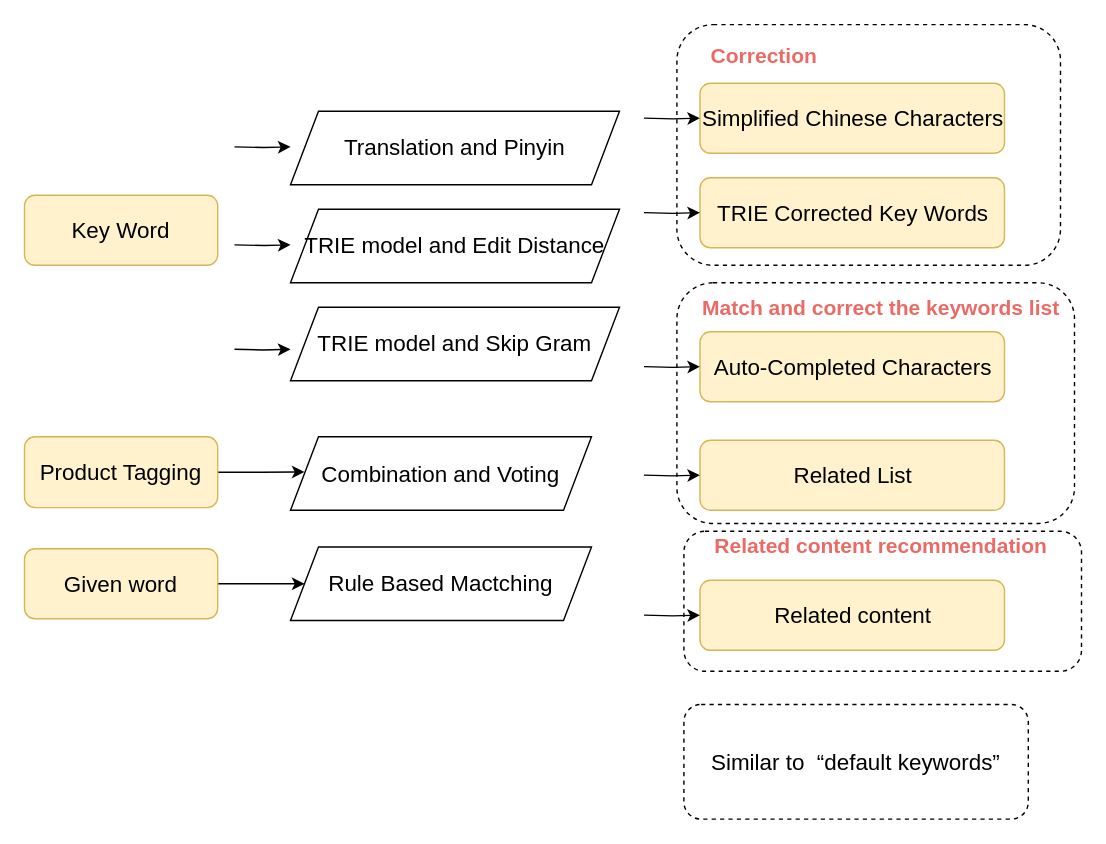
Above: During Search.drawio in LunaXiong/Sokoban1.1 (draw.io), before the change. Source tidied: cells renumbered, new cells numbered last; positions are measured from the earlier drawing's top-left corner, leaving out a move shared by most shapes. Both pictures are drawn from the tidied source at 140%, with x=0, y=0 at pixel (24, 24).
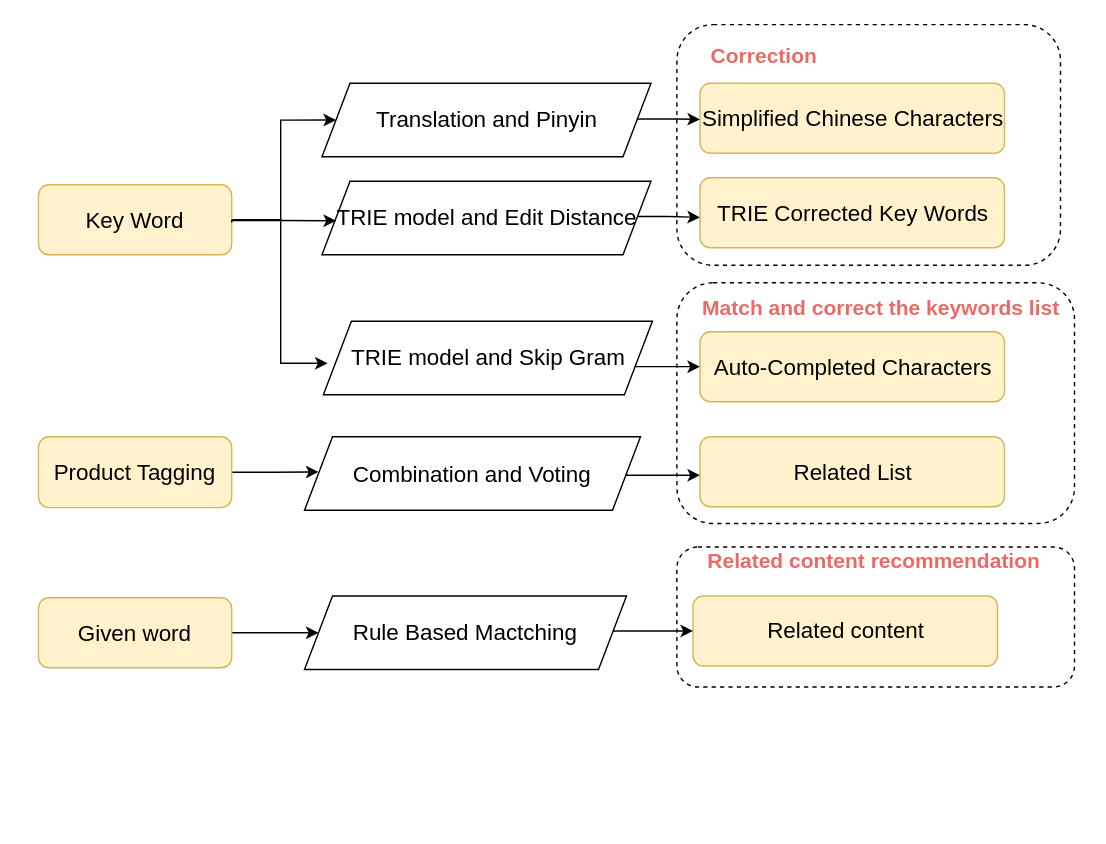
The same page after the edit.

What changed in the source:
```diff
@@
+    <mxCell id="31" style="rounded=1;whiteSpace=wrap;html=1;fillColor=none;dashed=1;" parent="1" vertex="1">
+      <mxGeometry x="466" y="373.2" width="284" height="100" as="geometry" />
+    </mxCell>
+    <mxCell id="30" style="rounded=1;whiteSpace=wrap;html=1;fillColor=none;dashed=1;" parent="1" vertex="1">
+      <mxGeometry x="466" y="184.5" width="284" height="171.9" as="geometry" />
+    </mxCell>
+    <mxCell id="32" style="edgeStyle=orthogonalEdgeStyle;rounded=0;jettySize=auto;html=1;exitX=1;exitY=0.5;exitDx=0;exitDy=0;entryX=0;entryY=0.5;entryDx=0;entryDy=0;" parent="1" edge="1" source="2" target="7">
+      <mxGeometry relative="1" as="geometry">
+        <Array as="points">
+          <mxPoint x="183" y="140" />
+          <mxPoint x="183" y="68" />
+        </Array>
+      </mxGeometry>
+    </mxCell>
     <mxCell id="2" value="&lt;p style=&quot;line-height: normal ; margin-top: 0pt ; margin-bottom: 0pt ; margin-left: 0in ; text-align: left ; direction: ltr ; unicode-bidi: embed ; word-break: normal&quot;&gt;&lt;span style=&quot;font-size: 12pt ; font-family: &amp;#34;calibri&amp;#34;&quot;&gt;Key Word&lt;/span&gt;&lt;/p&gt;" style="rounded=1;whiteSpace=wrap;html=1;fontSize=12;glass=0;strokeWidth=1;shadow=0;fillColor=#fff2cc;strokeColor=#d6b656;" parent="1" vertex="1">
-      <mxGeometry y="122" width="138" height="50" as="geometry" />
+      <mxGeometry x="10" y="114.5" width="138" height="50" as="geometry" />
     </mxCell>
@@
     <mxCell id="4" value="&lt;span style=&quot;font-size: 12pt ; font-family: &amp;#34;calibri&amp;#34;&quot;&gt;Combination and Voting&lt;/span&gt;" style="shape=parallelogram;perimeter=parallelogramPerimeter;whiteSpace=wrap;html=1;fixedSize=1;fontColor=#000000;" parent="1" vertex="1">
-      <mxGeometry x="190" y="294.5" width="215" height="52.5" as="geometry" />
+      <mxGeometry x="200" y="294.5" width="240" height="52.5" as="geometry" />
     </mxCell>
     <mxCell id="5" value="&lt;span style=&quot;font-family: &amp;#34;calibri&amp;#34; ; font-size: 16px&quot;&gt;TRIE model and Skip Gram&lt;/span&gt;" style="shape=parallelogram;perimeter=parallelogramPerimeter;whiteSpace=wrap;html=1;fixedSize=1;fontColor=#000000;" parent="1" vertex="1">
-      <mxGeometry x="190" y="202" width="235" height="52.5" as="geometry" />
+      <mxGeometry x="213.5" y="212" width="235" height="52.5" as="geometry" />
     </mxCell>
     <mxCell id="6" value="&lt;span style=&quot;font-family: &amp;#34;calibri&amp;#34; ; font-size: 16px&quot;&gt;TRIE model and Edit Distance&lt;/span&gt;" style="shape=parallelogram;perimeter=parallelogramPerimeter;whiteSpace=wrap;html=1;fixedSize=1;fontColor=#000000;" parent="1" vertex="1">
-      <mxGeometry x="190" y="132" width="235" height="52.5" as="geometry" />
+      <mxGeometry x="212.5" y="112" width="235" height="52.5" as="geometry" />
     </mxCell>
     <mxCell id="7" value="&lt;font face=&quot;calibri&quot;&gt;&lt;span style=&quot;font-size: 16px&quot;&gt;Translation and Pinyin&lt;/span&gt;&lt;/font&gt;" style="shape=parallelogram;perimeter=parallelogramPerimeter;whiteSpace=wrap;html=1;fixedSize=1;fontColor=#000000;" parent="1" vertex="1">
-      <mxGeometry x="190" y="62" width="235" height="52.5" as="geometry" />
+      <mxGeometry x="212.5" y="42" width="235" height="52.5" as="geometry" />
     </mxCell>
-    <mxCell id="8" style="edgeStyle=orthogonalEdgeStyle;rounded=0;orthogonalLoop=1;jettySize=auto;html=1;fontColor=#000000;" parent="1" edge="1">
+    <mxCell id="8" style="edgeStyle=orthogonalEdgeStyle;rounded=0;jettySize=auto;html=1;fontColor=#000000;exitX=0.957;exitY=0.486;exitDx=0;exitDy=0;exitPerimeter=0;" parent="1" edge="1" source="7">
       <mxGeometry relative="1" as="geometry">
-        <mxPoint x="442.5" y="66.9" as="sourcePoint" />
-        <mxPoint x="482.5" y="66.9" as="targetPoint" />
+        <mxPoint x="482.5" y="67.8" as="targetPoint" />
+        <Array as="points">
+          <mxPoint x="468" y="68" />
+        </Array>
       </mxGeometry>
     </mxCell>
@@
-    <mxCell id="11" value="&lt;span style=&quot;font-family: &amp;#34;calibri&amp;#34; ; font-size: 12pt ; text-align: left&quot;&gt;Similar to&lt;/span&gt;&lt;span style=&quot;font-family: &amp;#34;calibri&amp;#34; ; font-size: 12pt ; text-align: left&quot;&gt;&amp;nbsp; &lt;/span&gt;&lt;span style=&quot;font-family: &amp;#34;calibri&amp;#34; ; font-size: 12pt ; text-align: left&quot;&gt;“default keywords”&lt;/span&gt;" style="rounded=1;whiteSpace=wrap;html=1;fillColor=none;verticalAlign=middle;dashed=1;" parent="1" vertex="1">
-      <mxGeometry x="471" y="485.7" width="246" height="81.9" as="geometry" />
-    </mxCell>
@@
     <mxCell id="13" style="edgeStyle=orthogonalEdgeStyle;rounded=0;jettySize=auto;html=1;fontColor=#000000;" parent="1" edge="1" source="14">
       <mxGeometry relative="1" as="geometry">
-        <mxPoint x="200" y="319.6" as="targetPoint" />
+        <mxPoint x="210" y="319.6" as="targetPoint" />
       </mxGeometry>
     </mxCell>
     <mxCell id="14" value="&lt;p style=&quot;line-height: normal ; margin-top: 0pt ; margin-bottom: 0pt ; margin-left: 0in ; text-align: left ; direction: ltr ; unicode-bidi: embed ; word-break: normal&quot;&gt;&lt;span style=&quot;font-size: 12pt ; font-family: &amp;#34;calibri&amp;#34;&quot;&gt;Product Tagging&lt;/span&gt;&lt;/p&gt;" style="rounded=1;whiteSpace=wrap;html=1;fontSize=12;glass=0;strokeWidth=1;shadow=0;fillColor=#fff2cc;strokeColor=#d6b656;" parent="1" vertex="1">
-      <mxGeometry y="294.5" width="138" height="50.6" as="geometry" />
+      <mxGeometry x="10" y="294.5" width="138" height="50.6" as="geometry" />
     </mxCell>
@@
     <mxCell id="16" value="&lt;p style=&quot;line-height: normal ; margin-top: 0pt ; margin-bottom: 0pt ; margin-left: 0in ; text-align: left ; direction: ltr ; unicode-bidi: embed ; word-break: normal&quot;&gt;&lt;span style=&quot;font-size: 12pt ; font-family: &amp;#34;calibri&amp;#34;&quot;&gt;Given word&lt;/span&gt;&lt;/p&gt;" style="rounded=1;whiteSpace=wrap;html=1;fontSize=12;glass=0;strokeWidth=1;shadow=0;fillColor=#fff2cc;strokeColor=#d6b656;" parent="1" vertex="1">
-      <mxGeometry y="374.5" width="138" height="50" as="geometry" />
+      <mxGeometry x="10" y="409.5" width="138" height="50" as="geometry" />
     </mxCell>
     <mxCell id="17" value="&lt;span style=&quot;font-size: 12pt ; font-family: &amp;#34;calibri&amp;#34;&quot;&gt;Rule Based Mactching&lt;/span&gt;" style="shape=parallelogram;perimeter=parallelogramPerimeter;whiteSpace=wrap;html=1;fixedSize=1;fontColor=#000000;" parent="1" vertex="1">
-      <mxGeometry x="190" y="373.2" width="215" height="52.5" as="geometry" />
+      <mxGeometry x="200" y="408.2" width="230" height="52.5" as="geometry" />
     </mxCell>
@@
-    <mxCell id="19" style="edgeStyle=orthogonalEdgeStyle;rounded=0;orthogonalLoop=1;jettySize=auto;html=1;fontColor=#000000;" parent="1" edge="1">
+    <mxCell id="19" style="edgeStyle=orthogonalEdgeStyle;rounded=0;jettySize=auto;html=1;fontColor=#000000;exitX=0.96;exitY=0.478;exitDx=0;exitDy=0;exitPerimeter=0;" parent="1" edge="1" source="6">
       <mxGeometry relative="1" as="geometry">
-        <mxPoint x="442.5" y="134.4" as="sourcePoint" />
-        <mxPoint x="482.5" y="134.4" as="targetPoint" />
+        <mxPoint x="482.5" y="137.8" as="targetPoint" />
+        <Array as="points">
+          <mxPoint x="460" y="137" />
+        </Array>
       </mxGeometry>
     </mxCell>
@@
-    <mxCell id="21" style="edgeStyle=orthogonalEdgeStyle;rounded=0;orthogonalLoop=1;jettySize=auto;html=1;fontColor=#000000;" parent="1" edge="1">
+    <mxCell id="21" style="edgeStyle=orthogonalEdgeStyle;rounded=0;jettySize=auto;html=1;fontColor=#000000;exitX=0.946;exitY=0.617;exitDx=0;exitDy=0;exitPerimeter=0;" parent="1" edge="1" source="5">
       <mxGeometry relative="1" as="geometry">
-        <mxPoint x="442.5" y="244.4" as="sourcePoint" />
         <mxPoint x="482.5" y="244.4" as="targetPoint" />
       </mxGeometry>
     </mxCell>
     <mxCell id="22" value="&lt;p style=&quot;margin-top: 0pt ; margin-bottom: 0pt ; margin-left: 0in ; text-align: left ; direction: ltr ; unicode-bidi: embed ; word-break: normal&quot;&gt;&lt;font face=&quot;calibri&quot;&gt;&lt;span style=&quot;font-size: 16px&quot;&gt;Related List&lt;/span&gt;&lt;/font&gt;&lt;/p&gt;" style="rounded=1;whiteSpace=wrap;html=1;fontSize=12;glass=0;strokeWidth=1;shadow=0;fillColor=#fff2cc;strokeColor=#d6b656;" parent="1" vertex="1">
-      <mxGeometry x="482.5" y="297" width="217.5" height="50" as="geometry" />
+      <mxGeometry x="482.5" y="294.5" width="217.5" height="50" as="geometry" />
     </mxCell>
-    <mxCell id="23" style="edgeStyle=orthogonalEdgeStyle;rounded=0;orthogonalLoop=1;jettySize=auto;html=1;fontColor=#000000;" parent="1" edge="1">
+    <mxCell id="23" style="edgeStyle=orthogonalEdgeStyle;rounded=0;jettySize=auto;html=1;fontColor=#000000;exitX=1;exitY=0.5;exitDx=0;exitDy=0;" parent="1" edge="1" source="4">
       <mxGeometry relative="1" as="geometry">
-        <mxPoint x="442.5" y="321.9" as="sourcePoint" />
         <mxPoint x="482.5" y="321.9" as="targetPoint" />
+        <Array as="points">
+          <mxPoint x="430" y="322" />
+          <mxPoint x="461" y="322" />
+        </Array>
       </mxGeometry>
     </mxCell>
     <mxCell id="24" value="Related content recommendation" style="text;html=1;strokeColor=none;fillColor=none;align=center;verticalAlign=middle;whiteSpace=wrap;rounded=0;fontStyle=1;fontColor=#EA6B66;fontSize=15;" parent="1" vertex="1">
-      <mxGeometry x="482.5" y="362" width="257.5" height="20" as="geometry" />
+      <mxGeometry x="477.5" y="373.2" width="257.5" height="20" as="geometry" />
     </mxCell>
     <mxCell id="25" value="&lt;p style=&quot;margin-top: 0pt ; margin-bottom: 0pt ; margin-left: 0in ; text-align: left ; direction: ltr ; unicode-bidi: embed ; word-break: normal&quot;&gt;&lt;font face=&quot;calibri&quot;&gt;&lt;span style=&quot;font-size: 16px&quot;&gt;Related content&lt;/span&gt;&lt;/font&gt;&lt;/p&gt;" style="rounded=1;whiteSpace=wrap;html=1;fontSize=12;glass=0;strokeWidth=1;shadow=0;fillColor=#fff2cc;strokeColor=#d6b656;" parent="1" vertex="1">
-      <mxGeometry x="482.5" y="397" width="217.5" height="50" as="geometry" />
+      <mxGeometry x="477.5" y="408.2" width="217.5" height="50" as="geometry" />
     </mxCell>
-    <mxCell id="26" style="edgeStyle=orthogonalEdgeStyle;rounded=0;orthogonalLoop=1;jettySize=auto;html=1;fontColor=#000000;" parent="1" edge="1">
+    <mxCell id="26" style="edgeStyle=orthogonalEdgeStyle;rounded=0;jettySize=auto;html=1;fontColor=#000000;" parent="1" edge="1" source="17">
       <mxGeometry relative="1" as="geometry">
-        <mxPoint x="442.5" y="421.9" as="sourcePoint" />
-        <mxPoint x="482.5" y="421.9" as="targetPoint" />
+        <mxPoint x="477.5" y="433.2" as="targetPoint" />
+        <Array as="points">
+          <mxPoint x="446" y="433" />
+        </Array>
       </mxGeometry>
     </mxCell>
-    <mxCell id="27" style="edgeStyle=orthogonalEdgeStyle;rounded=0;orthogonalLoop=1;jettySize=auto;html=1;fontColor=#000000;" parent="1" edge="1">
-      <mxGeometry relative="1" as="geometry">
-        <mxPoint x="150" y="87.4" as="sourcePoint" />
-        <mxPoint x="190" y="87.4" as="targetPoint" />
-      </mxGeometry>
-    </mxCell>
-    <mxCell id="28" style="edgeStyle=orthogonalEdgeStyle;rounded=0;orthogonalLoop=1;jettySize=auto;html=1;fontColor=#000000;" parent="1" edge="1">
-      <mxGeometry relative="1" as="geometry">
-        <mxPoint x="150" y="157.4" as="sourcePoint" />
-        <mxPoint x="190" y="157.4" as="targetPoint" />
-      </mxGeometry>
-    </mxCell>
-    <mxCell id="29" style="edgeStyle=orthogonalEdgeStyle;rounded=0;orthogonalLoop=1;jettySize=auto;html=1;fontColor=#000000;" parent="1" edge="1">
+    <mxCell id="29" style="edgeStyle=orthogonalEdgeStyle;rounded=0;orthogonalLoop=1;jettySize=auto;html=1;fontColor=#000000;exitX=1;exitY=0.5;exitDx=0;exitDy=0;" parent="1" edge="1">
       <mxGeometry relative="1" as="geometry">
-        <mxPoint x="150" y="232" as="sourcePoint" />
-        <mxPoint x="190" y="232" as="targetPoint" />
+        <mxPoint x="151" y="139.5" as="sourcePoint" />
+        <mxPoint x="216.5" y="242" as="targetPoint" />
+        <Array as="points">
+          <mxPoint x="183" y="139" />
+          <mxPoint x="183" y="242" />
+        </Array>
       </mxGeometry>
     </mxCell>
-    <mxCell id="30" style="rounded=1;whiteSpace=wrap;html=1;fillColor=none;dashed=1;" parent="1" vertex="1">
-      <mxGeometry x="466" y="184.5" width="284" height="171.9" as="geometry" />
-    </mxCell>
-    <mxCell id="31" style="rounded=1;whiteSpace=wrap;html=1;fillColor=none;dashed=1;" parent="1" vertex="1">
-      <mxGeometry x="471" y="362" width="284" height="100" as="geometry" />
-    </mxCell>
+    <mxCell id="33" style="edgeStyle=orthogonalEdgeStyle;rounded=0;orthogonalLoop=1;jettySize=auto;html=1;exitX=1;exitY=0.5;exitDx=0;exitDy=0;entryX=0;entryY=0.5;entryDx=0;entryDy=0;" parent="1" edge="1">
+      <mxGeometry relative="1" as="geometry">
+        <mxPoint x="148" y="141.5" as="sourcePoint" />
+        <mxPoint x="222.5" y="140.2" as="targetPoint" />
+        <Array as="points">
+          <mxPoint x="148" y="140" />
+          <mxPoint x="182" y="140" />
+        </Array>
+      </mxGeometry>
+    </mxCell>
```
